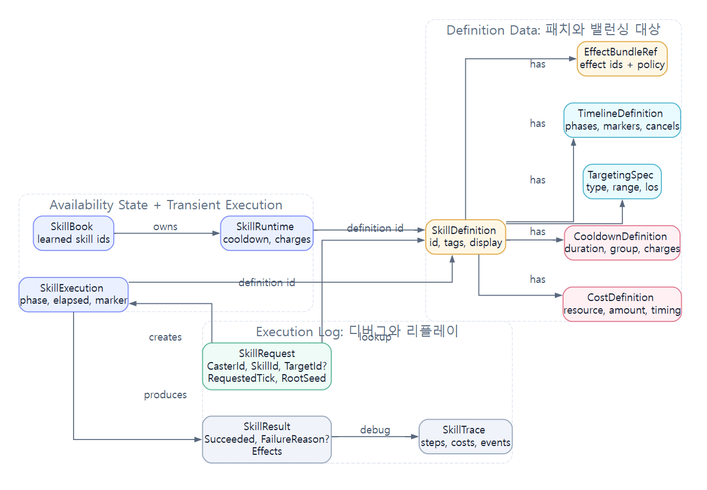
Above: assets/diagrams/21_skill_data_model_diagram.png in JY-LemongO/game-system-framework-knowledge-site (Graphviz), before the change. Its source is kept beside it as source/diagrams/21_skill_data_model_diagram.dot.
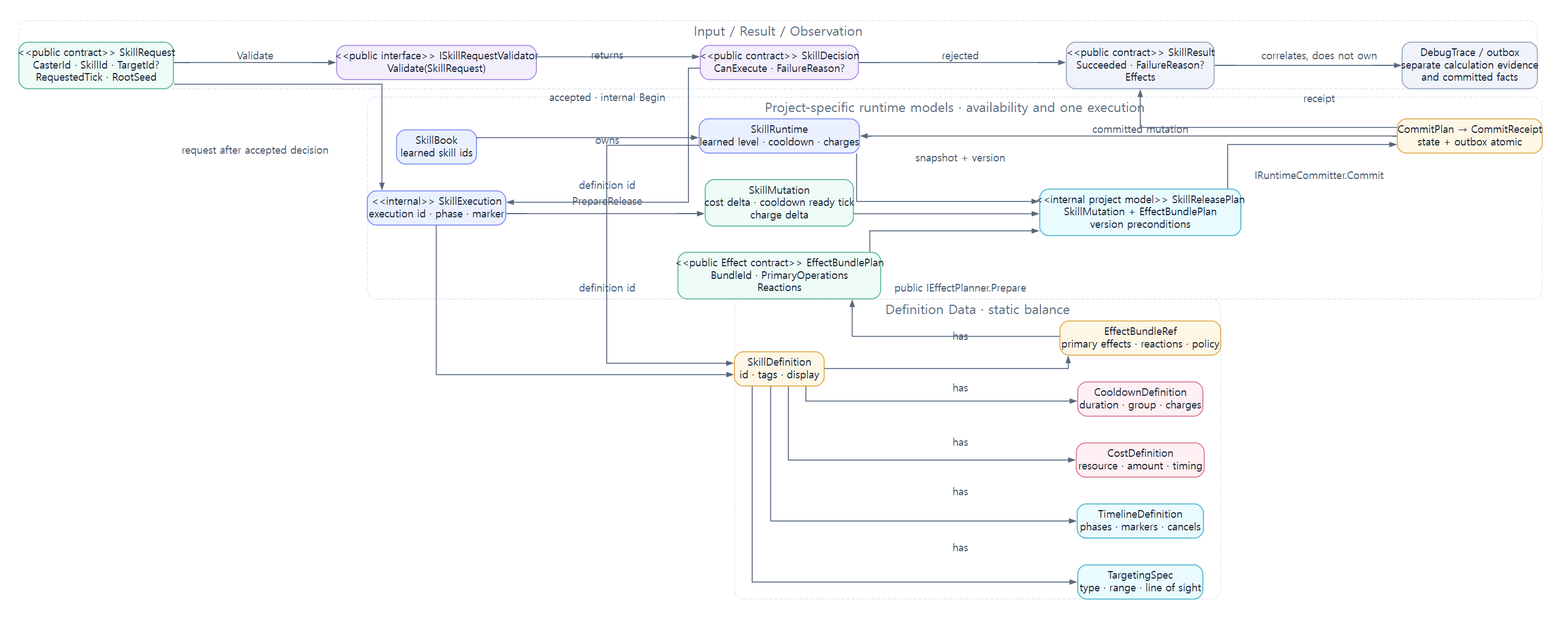
Above is the later version.

Change to the diagram source:
```diff
@@ -6,40 +6,33 @@
   splines=ortho;
 
   subgraph cluster_definition {
-    label="Definition Data: 패치와 밸런싱 대상"; style="rounded,dashed"; color="#dfe5ee"; fontcolor="#607086"; fontsize=18;
-    SkillDef [label="SkillDefinition
-id, tags, display", fillcolor="#fff7e6", color="#e0ad4e"];
-    CostDef [label="CostDefinition
-resource, amount, timing", fillcolor="#fff0f3", color="#e07b91"];
-    CooldownDef [label="CooldownDefinition
-duration, group, charges", fillcolor="#fff0f3", color="#e07b91"];
-    TargetDef [label="TargetingSpec
-type, range, los", fillcolor="#e9fbff", color="#54b7cf"];
-    TimelineDef [label="TimelineDefinition
-phases, markers, cancels", fillcolor="#e9fbff", color="#54b7cf"];
-    BundleRef [label="EffectBundleRef
-effect ids + policy", fillcolor="#fff7e6", color="#e0ad4e"];
+    label="Definition Data · static balance"; style="rounded,dashed"; color="#dfe5ee"; fontcolor="#607086"; fontsize=18;
+    SkillDef [label="SkillDefinition\nid · tags · display", fillcolor="#fff7e6", color="#e0ad4e"];
+    CostDef [label="CostDefinition\nresource · amount · timing", fillcolor="#fff0f3", color="#e07b91"];
+    CooldownDef [label="CooldownDefinition\nduration · group · charges", fillcolor="#fff0f3", color="#e07b91"];
+    TargetDef [label="TargetingSpec\ntype · range · line of sight", fillcolor="#e9fbff", color="#54b7cf"];
+    TimelineDef [label="TimelineDefinition\nphases · markers · cancels", fillcolor="#e9fbff", color="#54b7cf"];
+    BundleRef [label="EffectBundleRef\nprimary effects · reactions · policy", fillcolor="#fff7e6", color="#e0ad4e"];
   }
   subgraph cluster_runtime {
-    label="Availability State + Transient Execution"; style="rounded,dashed"; color="#dfe5ee"; fontcolor="#607086"; fontsize=18;
-    SkillBook [label="SkillBook
-learned skill ids", fillcolor="#eaf0ff", color="#8292f7"];
-    SkillRuntime [label="SkillRuntime
-cooldown, charges", fillcolor="#eaf0ff", color="#8292f7"];
-    CastState [label="SkillExecution
-phase, elapsed, marker", fillcolor="#eaf0ff", color="#8292f7"];
+    label="Project-specific runtime models · availability and one execution"; style="rounded,dashed"; color="#dfe5ee"; fontcolor="#607086"; fontsize=18;
+    SkillBook [label="SkillBook\nlearned skill ids", fillcolor="#eaf0ff", color="#8292f7"];
+    SkillRuntime [label="SkillRuntime\nlearned level · cooldown · charges", fillcolor="#eaf0ff", color="#8292f7"];
+    SkillExecution [label="<<internal>> SkillExecution\nexecution id · phase · marker", fillcolor="#eaf0ff", color="#8292f7"];
+    SkillMutation [label="SkillMutation\ncost delta · cooldown ready tick\ncharge delta", fillcolor="#eefbf6", color="#61b99a"];
+    EffectBundlePlan [label="<<public Effect contract>> EffectBundlePlan\nBundleId · PrimaryOperations\nReactions", fillcolor="#eefbf6", color="#61b99a"];
+    ReleasePlan [label="<<internal project model>> SkillReleasePlan\nSkillMutation + EffectBundlePlan\nversion preconditions", fillcolor="#e9fbff", color="#54b7cf"];
+    CommitReceipt [label="CommitPlan → CommitReceipt\nstate + outbox atomic", fillcolor="#fff7e6", color="#e0ad4e"];
   }
   subgraph cluster_log {
-    label="Execution Log: 디버그와 리플레이"; style="rounded,dashed"; color="#dfe5ee"; fontcolor="#607086"; fontsize=18;
-    SkillRequest [label="SkillRequest
-CasterId, SkillId, TargetId?
-RequestedTick, RootSeed", fillcolor="#eefbf6", color="#61b99a"];
-    SkillResult [label="SkillResult
-Succeeded, FailureReason?
-Effects", fillcolor="#f0f3f9", color="#99a8bd"];
-    SkillTrace [label="SkillTrace
-steps, costs, events", fillcolor="#f0f3f9", color="#99a8bd"];
+    label="Input / Result / Observation"; style="rounded,dashed"; color="#dfe5ee"; fontcolor="#607086"; fontsize=18;
+    SkillRequest [label="<<public contract>> SkillRequest\nCasterId · SkillId · TargetId?\nRequestedTick · RootSeed", fillcolor="#eefbf6", color="#61b99a"];
+    SkillValidator [label="<<public interface>> ISkillRequestValidator\nValidate(SkillRequest)", fillcolor="#f3eefc", color="#ab8fe0"];
+    SkillDecision [label="<<public contract>> SkillDecision\nCanExecute · FailureReason?", fillcolor="#f3eefc", color="#ab8fe0"];
+    SkillResult [label="<<public contract>> SkillResult\nSucceeded · FailureReason?\nEffects", fillcolor="#f0f3f9", color="#99a8bd"];
+    SkillTrace [label="DebugTrace / outbox\nseparate calculation evidence\nand committed facts", fillcolor="#f0f3f9", color="#99a8bd"];
   }
+
   SkillDef -> CostDef [label="has"];
   SkillDef -> CooldownDef [label="has"];
   SkillDef -> TargetDef [label="has"];
@@ -47,9 +40,19 @@
   SkillDef -> BundleRef [label="has"];
   SkillBook -> SkillRuntime [label="owns"];
   SkillRuntime -> SkillDef [label="definition id"];
-  SkillRequest -> CastState [label="creates"];
-  CastState -> SkillDef [label="definition id"];
-  SkillRequest -> SkillDef [label="lookup"];
-  CastState -> SkillResult [label="produces"];
-  SkillResult -> SkillTrace [label="debug"];
+  SkillRequest -> SkillValidator [label="Validate"];
+  SkillRequest -> SkillExecution [label="request after accepted decision"];
+  SkillValidator -> SkillDecision [label="returns"];
+  SkillDecision -> SkillExecution [label="accepted · internal Begin"];
+  SkillDecision -> SkillResult [label="rejected"];
+  SkillExecution -> SkillDef [label="definition id"];
+  SkillExecution -> SkillMutation [label="PrepareRelease"];
+  BundleRef -> EffectBundlePlan [label="public IEffectPlanner.Prepare"];
+  SkillMutation -> ReleasePlan;
+  EffectBundlePlan -> ReleasePlan;
+  SkillRuntime -> ReleasePlan [label="snapshot + version"];
+  ReleasePlan -> CommitReceipt [label="IRuntimeCommitter.Commit"];
+  CommitReceipt -> SkillRuntime [label="committed mutation"];
+  CommitReceipt -> SkillResult [label="receipt"];
+  SkillResult -> SkillTrace [label="correlates, does not own"];
 }
```
